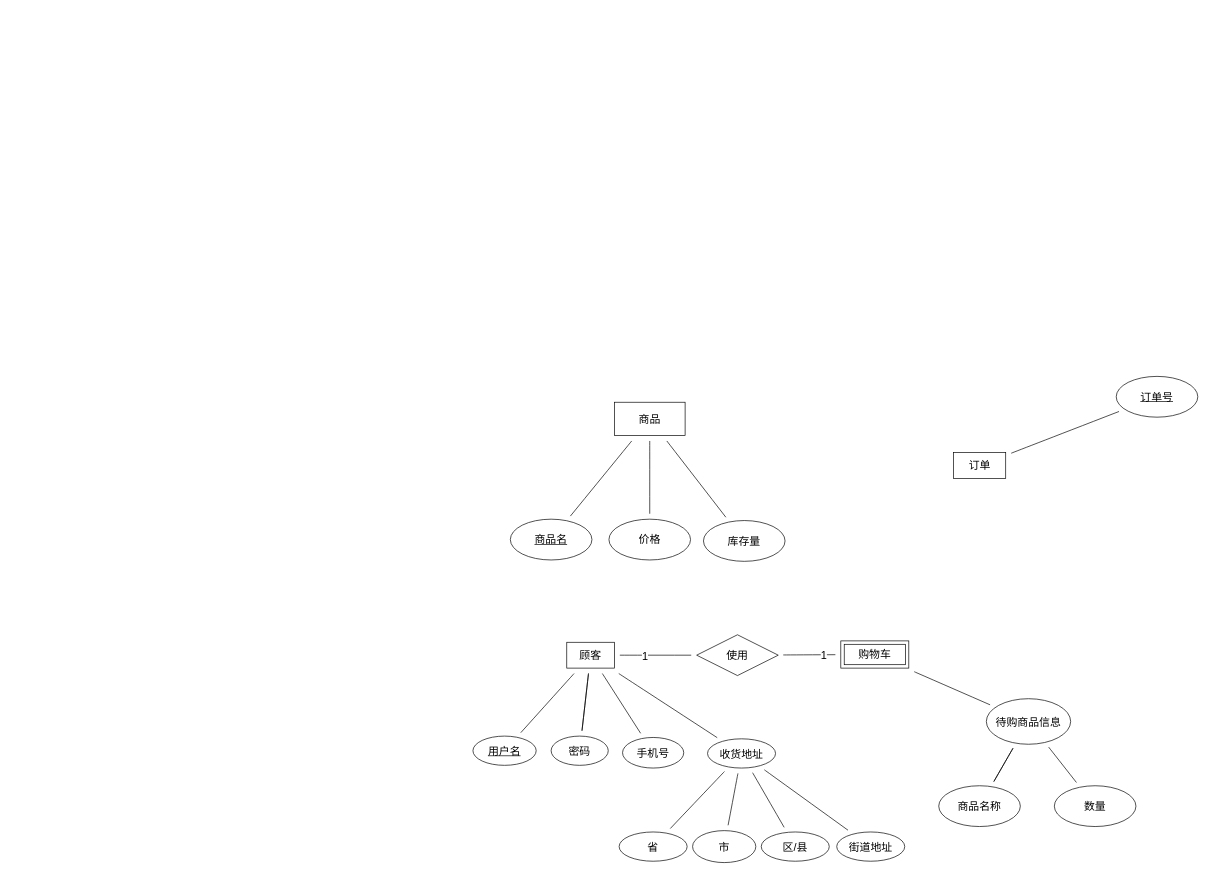
Earlier version of the draw.io diagram database-ER.drawio (guokaichina/database-ER). Source tidied: cells renumbered, new cells numbered last; positions are measured from the earlier drawing's top-left corner, leaving out a move shared by most shapes. Both pictures are drawn from the tidied source at 68%, with x=0, y=0 at pixel (473, 376).
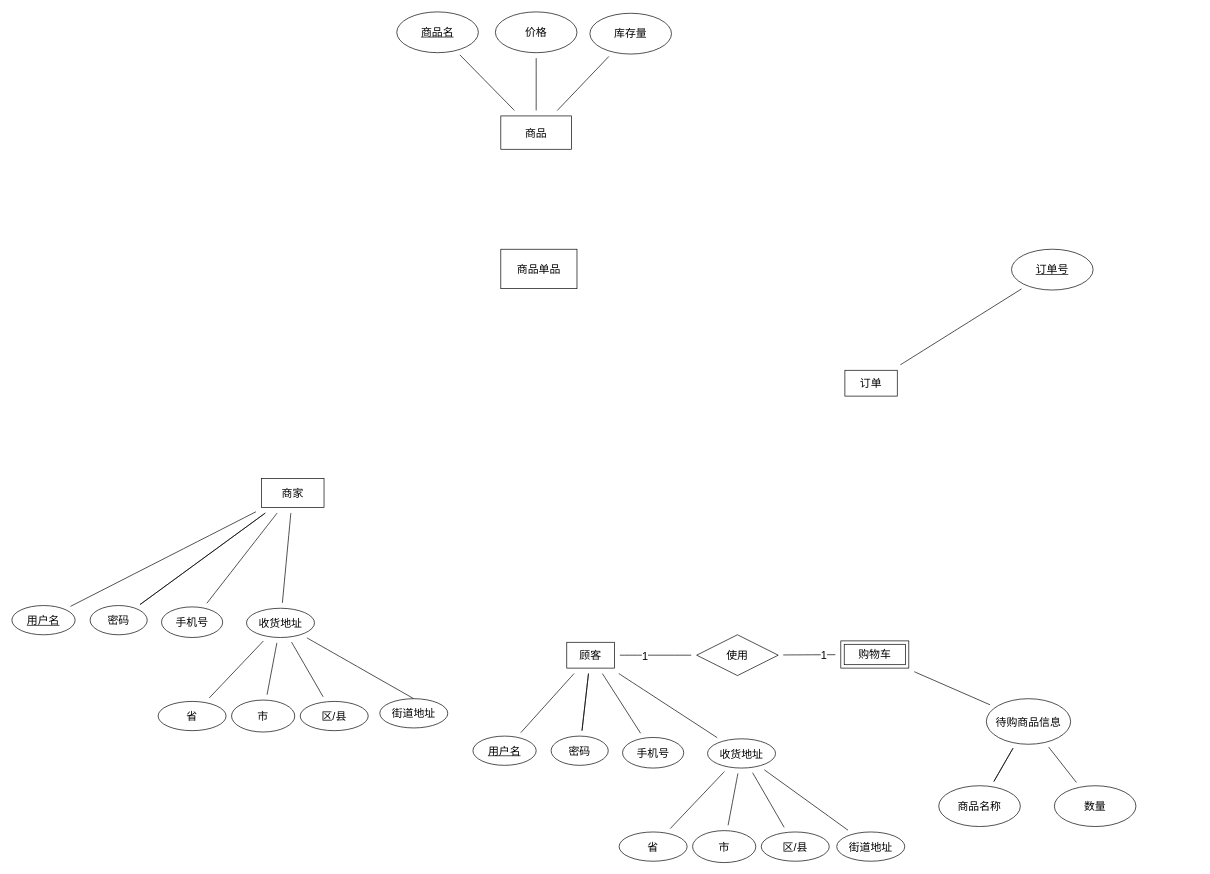
Above is the later version.

Diff of the diagram source:
```diff
@@
     <mxCell id="30" value="商品" style="rounded=0;whiteSpace=wrap;html=1;fontSize=16;" parent="1" vertex="1">
-      <mxGeometry x="208" y="38" width="104" height="49" as="geometry" />
+      <mxGeometry x="41" y="-383" width="104" height="49" as="geometry" />
     </mxCell>
     <mxCell id="31" value="商品名" style="ellipse;whiteSpace=wrap;html=1;fontSize=16;fontStyle=4;" parent="1" vertex="1">
-      <mxGeometry x="55" y="210" width="120" height="60" as="geometry" />
+      <mxGeometry x="-112" y="-536" width="120" height="60" as="geometry" />
     </mxCell>
@@
     <mxCell id="34" value="价格" style="ellipse;whiteSpace=wrap;html=1;fontSize=16;" parent="1" vertex="1">
-      <mxGeometry x="200" y="210" width="120" height="60" as="geometry" />
+      <mxGeometry x="33" y="-536" width="120" height="60" as="geometry" />
     </mxCell>
     <mxCell id="35" value="库存量" style="ellipse;whiteSpace=wrap;html=1;fontSize=16;" parent="1" vertex="1">
-      <mxGeometry x="339" y="212" width="120" height="60" as="geometry" />
+      <mxGeometry x="172" y="-534" width="120" height="60" as="geometry" />
     </mxCell>
@@
     <mxCell id="41" value="订单" style="rounded=0;whiteSpace=wrap;html=1;fontSize=16;fillColor=#FFFFFF;" parent="1" vertex="1">
-      <mxGeometry x="706.5" y="112" width="77" height="38" as="geometry" />
+      <mxGeometry x="547" y="-9" width="77" height="38" as="geometry" />
     </mxCell>
     <mxCell id="42" value="&lt;u&gt;订单号&lt;/u&gt;" style="ellipse;whiteSpace=wrap;html=1;fontSize=16;fillColor=#FFFFFF;" parent="1" vertex="1">
-      <mxGeometry x="946" width="120" height="60" as="geometry" />
+      <mxGeometry x="792" y="-187" width="120" height="60" as="geometry" />
     </mxCell>
+    <mxCell id="43" value="商家" style="rounded=0;whiteSpace=wrap;html=1;fontSize=16;fillColor=#FFFFFF;" parent="1" vertex="1">
+      <mxGeometry x="-311" y="150" width="92" height="43" as="geometry" />
+    </mxCell>
+    <mxCell id="44" style="edgeStyle=none;curved=1;rounded=0;jettySize=auto;html=1;fontSize=16;endArrow=none;startSize=14;endSize=14;sourcePerimeterSpacing=8;targetPerimeterSpacing=8;endFill=0;" parent="1" edge="1" source="43" target="48">
+      <mxGeometry relative="1" as="geometry" />
+    </mxCell>
+    <mxCell id="45" style="edgeStyle=none;curved=1;rounded=0;jettySize=auto;html=1;fontSize=16;endArrow=none;endFill=0;startSize=14;endSize=14;sourcePerimeterSpacing=8;targetPerimeterSpacing=8;" parent="1" edge="1" source="43" target="49">
+      <mxGeometry relative="1" as="geometry" />
+    </mxCell>
+    <mxCell id="46" style="edgeStyle=none;curved=1;rounded=0;jettySize=auto;html=1;fontSize=16;endArrow=none;endFill=0;startSize=14;endSize=14;sourcePerimeterSpacing=8;targetPerimeterSpacing=8;" parent="1" edge="1" source="43" target="49">
+      <mxGeometry relative="1" as="geometry" />
+    </mxCell>
+    <mxCell id="47" style="edgeStyle=none;curved=1;rounded=0;jettySize=auto;html=1;fontSize=16;endArrow=none;endFill=0;startSize=14;endSize=14;sourcePerimeterSpacing=8;targetPerimeterSpacing=8;" parent="1" edge="1" source="43" target="60">
+      <mxGeometry relative="1" as="geometry" />
+    </mxCell>
+    <mxCell id="48" value="&lt;u&gt;用户名&lt;/u&gt;" style="ellipse;whiteSpace=wrap;html=1;fontSize=16;" parent="1" vertex="1">
+      <mxGeometry x="-678" y="337" width="93" height="43" as="geometry" />
+    </mxCell>
+    <mxCell id="49" value="密码" style="ellipse;whiteSpace=wrap;html=1;fontSize=16;" parent="1" vertex="1">
+      <mxGeometry x="-563" y="337" width="84" height="43" as="geometry" />
+    </mxCell>
+    <mxCell id="50" style="edgeStyle=none;curved=1;rounded=0;jettySize=auto;html=1;fontSize=16;endArrow=none;endFill=0;startSize=14;endSize=14;sourcePerimeterSpacing=8;targetPerimeterSpacing=8;" parent="1" edge="1" source="54" target="56">
+      <mxGeometry relative="1" as="geometry" />
+    </mxCell>
+    <mxCell id="51" style="edgeStyle=none;curved=1;rounded=0;jettySize=auto;html=1;fontSize=16;endArrow=none;endFill=0;startSize=14;endSize=14;sourcePerimeterSpacing=8;targetPerimeterSpacing=8;" parent="1" edge="1" source="54" target="57">
+      <mxGeometry relative="1" as="geometry" />
+    </mxCell>
+    <mxCell id="52" style="edgeStyle=none;curved=1;rounded=0;jettySize=auto;html=1;fontSize=16;endArrow=none;endFill=0;startSize=14;endSize=14;sourcePerimeterSpacing=8;targetPerimeterSpacing=8;" parent="1" edge="1" source="54" target="58">
+      <mxGeometry relative="1" as="geometry" />
+    </mxCell>
+    <mxCell id="53" style="edgeStyle=none;curved=1;rounded=0;jettySize=auto;html=1;fontSize=16;endArrow=none;endFill=0;startSize=14;endSize=14;sourcePerimeterSpacing=8;targetPerimeterSpacing=8;entryX=0.5;entryY=0;entryDx=0;entryDy=0;" parent="1" edge="1" source="54" target="59">
+      <mxGeometry relative="1" as="geometry" />
+    </mxCell>
+    <mxCell id="54" value="收货地址" style="ellipse;whiteSpace=wrap;html=1;fontSize=16;" parent="1" vertex="1">
+      <mxGeometry x="-333" y="341" width="100" height="43" as="geometry" />
+    </mxCell>
+    <mxCell id="55" style="edgeStyle=none;jettySize=auto;html=1;rounded=0;fontSize=16;endArrow=none;endFill=0;startSize=14;endSize=14;sourcePerimeterSpacing=8;targetPerimeterSpacing=8;curved=1;" parent="1" edge="1" source="43" target="54">
+      <mxGeometry relative="1" as="geometry" />
+    </mxCell>
+    <mxCell id="56" value="省" style="ellipse;whiteSpace=wrap;html=1;fontSize=16;" parent="1" vertex="1">
+      <mxGeometry x="-463" y="478" width="100" height="43" as="geometry" />
+    </mxCell>
+    <mxCell id="57" value="市" style="ellipse;whiteSpace=wrap;html=1;fontSize=16;" parent="1" vertex="1">
+      <mxGeometry x="-355" y="476" width="93" height="47" as="geometry" />
+    </mxCell>
+    <mxCell id="58" value="区/县" style="ellipse;whiteSpace=wrap;html=1;fontSize=16;" parent="1" vertex="1">
+      <mxGeometry x="-254" y="478" width="100" height="43" as="geometry" />
+    </mxCell>
+    <mxCell id="59" value="街道地址" style="ellipse;whiteSpace=wrap;html=1;fontSize=16;" parent="1" vertex="1">
+      <mxGeometry x="-137" y="474" width="100" height="43" as="geometry" />
+    </mxCell>
+    <mxCell id="60" value="手机号" style="ellipse;whiteSpace=wrap;html=1;fontSize=16;" parent="1" vertex="1">
+      <mxGeometry x="-458" y="339" width="90" height="45" as="geometry" />
+    </mxCell>
+    <mxCell id="61" value="商品单品" style="rounded=0;whiteSpace=wrap;html=1;fontSize=16;fillColor=#FFFFFF;" parent="1" vertex="1">
+      <mxGeometry x="41" y="-187" width="112" height="58" as="geometry" />
+    </mxCell>
```
